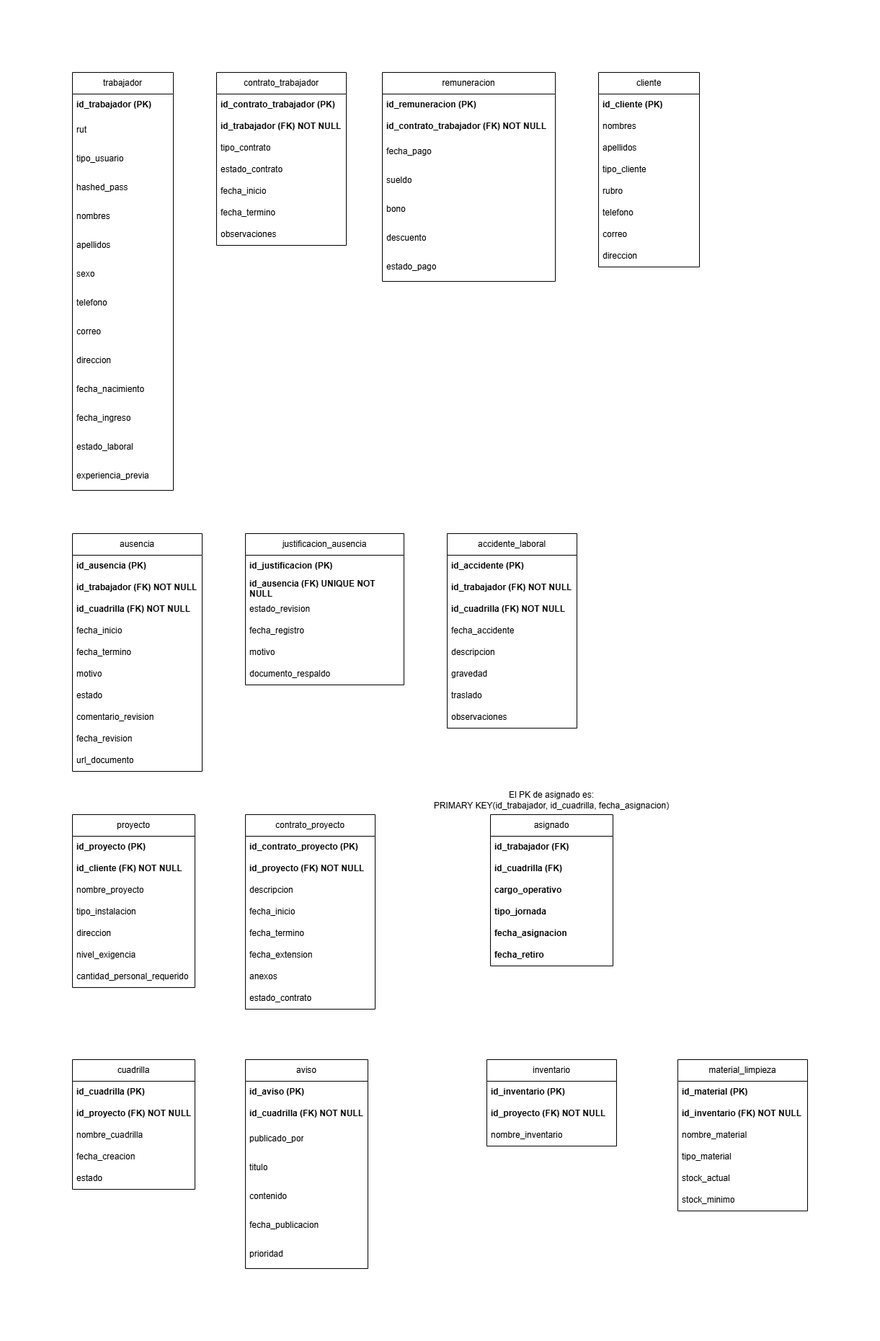
The draw.io diagram modelos/Modelo-Relacional.png in Pablo-Saave/Proyecto-Ingenieria-Software, before a commit. Source tidied: cells renumbered, new cells last; positions are measured from the earlier drawing's top-left corner, leaving out a move shared by most shapes.
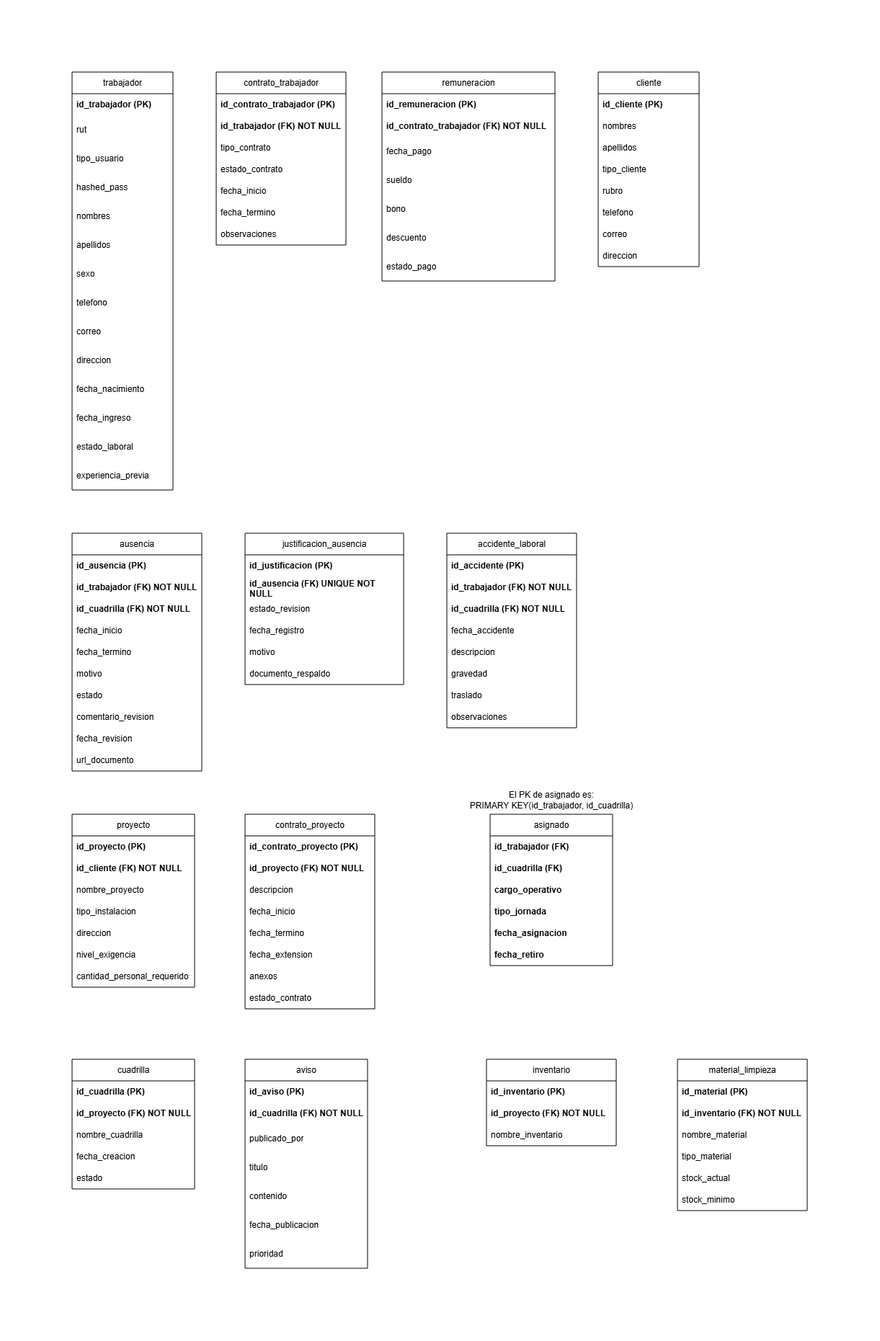
The same diagram one commit later.

What changed in the source:
```diff
@@ -290,7 +290,7 @@
     <mxCell id="97" value="fecha_retiro" style="text;strokeColor=none;fillColor=none;align=left;verticalAlign=middle;spacingLeft=4;spacingRight=4;overflow=hidden;whiteSpace=wrap;html=1;fontStyle=1;" parent="91" vertex="1">
       <mxGeometry y="180" width="170" height="30" as="geometry" />
     </mxCell>
-    <mxCell id="98" value="El PK de asignado es:&lt;div&gt;&lt;span class=&quot;ͼg&quot;&gt;PRIMARY&lt;/span&gt; &lt;span class=&quot;ͼg&quot;&gt;KEY&lt;/span&gt;(id_trabajador, id_cuadrilla, fecha_asignacion)&lt;/div&gt;" style="text;html=1;whiteSpace=wrap;strokeColor=none;fillColor=none;align=center;verticalAlign=middle;rounded=0;" parent="1" vertex="1">
+    <mxCell id="98" value="El PK de asignado es:&lt;div&gt;&lt;span class=&quot;ͼg&quot;&gt;PRIMARY&lt;/span&gt; &lt;span class=&quot;ͼg&quot;&gt;KEY&lt;/span&gt;(id_trabajador, id_cuadrilla)&lt;/div&gt;" style="text;html=1;whiteSpace=wrap;strokeColor=none;fillColor=none;align=center;verticalAlign=middle;rounded=0;" parent="1" vertex="1">
       <mxGeometry x="495" y="980" width="340" height="60" as="geometry" />
     </mxCell>
     <mxCell id="99" value="inventario" style="swimlane;fontStyle=0;horizontal=1;startSize=30;whiteSpace=wrap;html=1;" parent="1" vertex="1">
```
